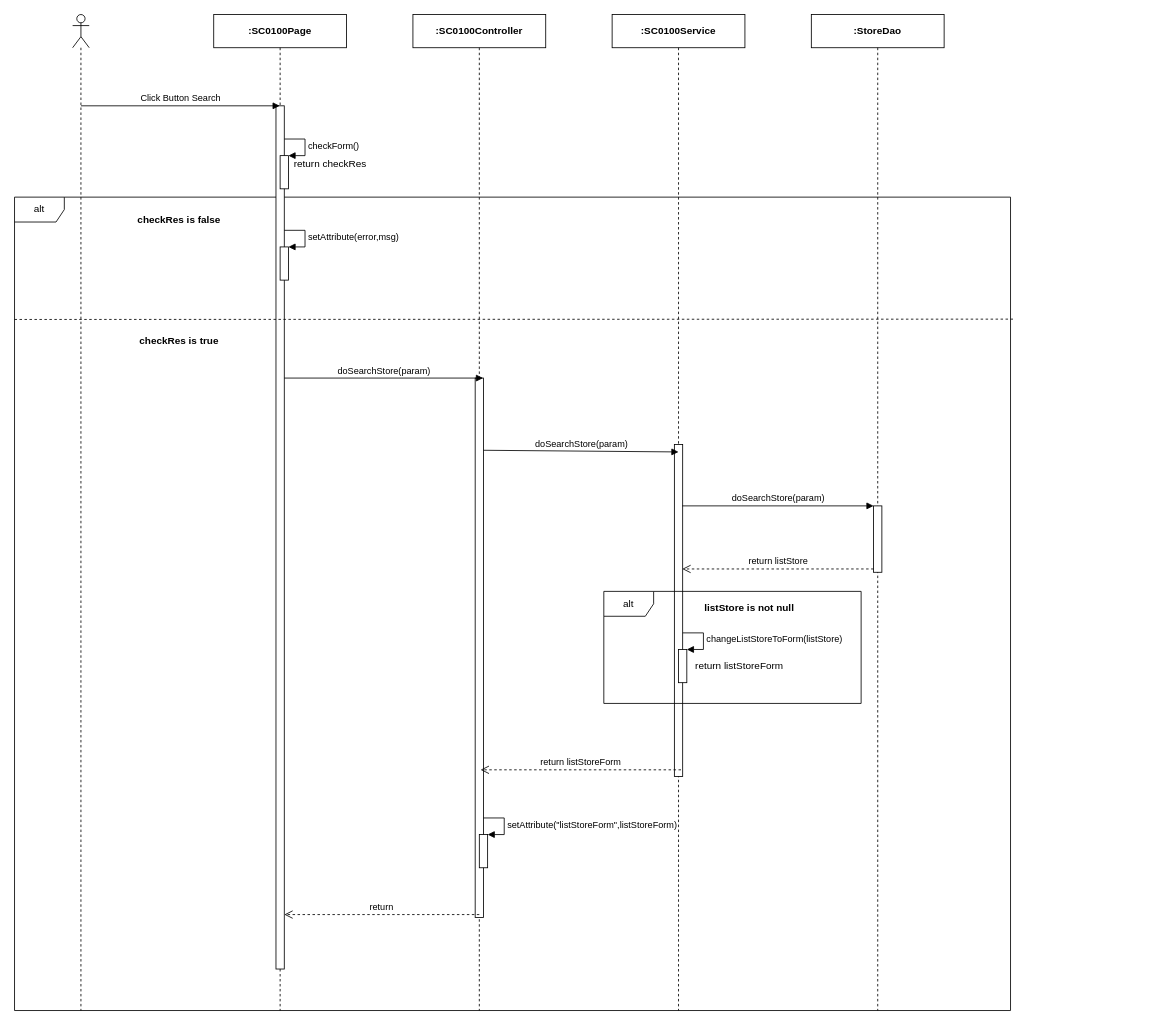
The draw.io diagram page "Ev02" (2 of 4) of Users/LuanNM/SEQ Diagram Review/sc01/SC0100_StoreManage.drawio in luannmdev/CapstoneDocument, before the edit. Source tidied: cells renumbered, new cells numbered last; positions are measured from the earlier drawing's top-left corner, leaving out a move shared by most shapes. Both pictures are drawn from the tidied source at 83%, with x=0, y=0 at pixel (14, 14).
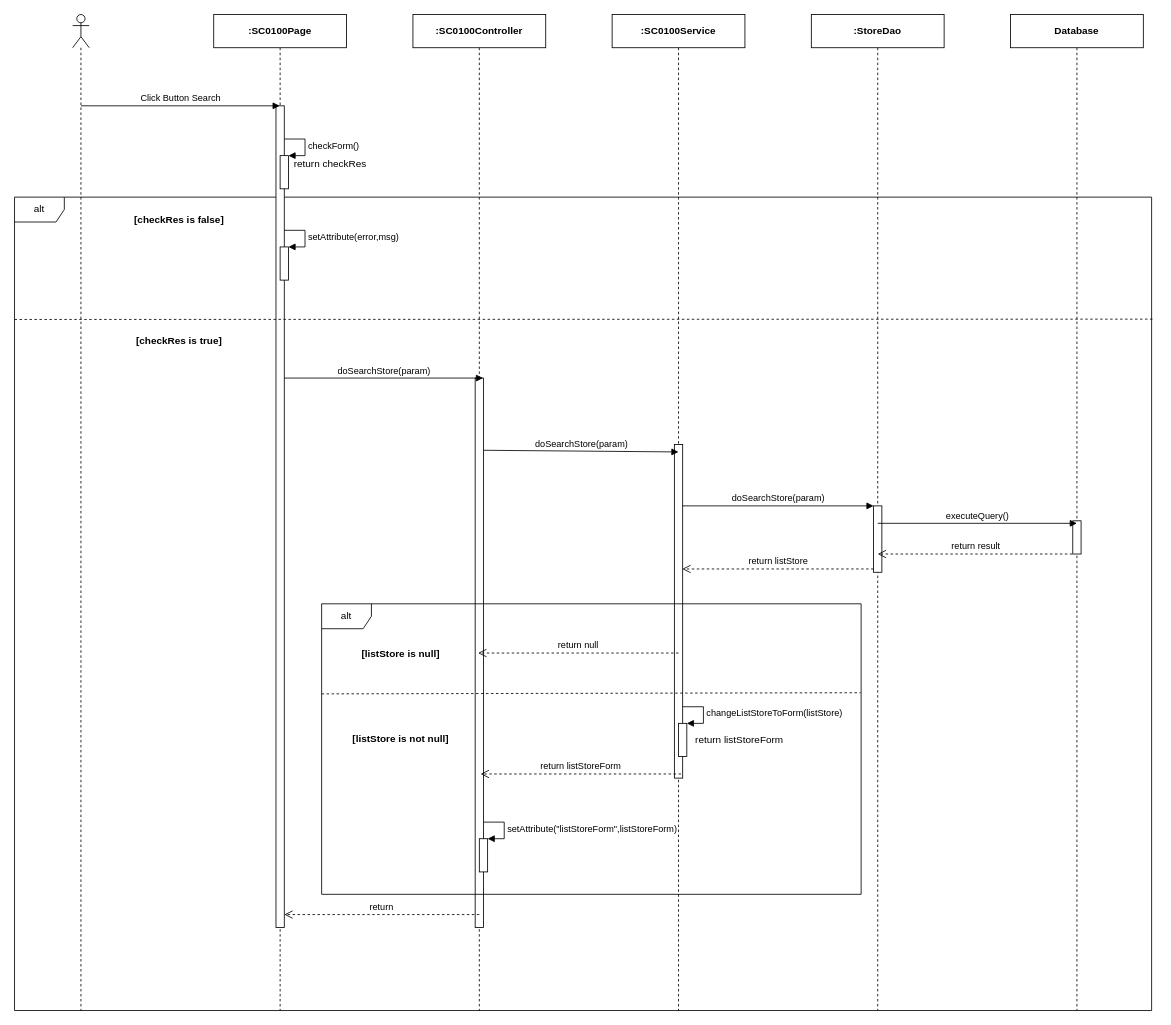
Above is the later version.

The change refers to these unchanged cells:
```xml
<mxCell id="4" value="&lt;b&gt;:SC0100Page&lt;/b&gt;" style="shape=umlLifeline;perimeter=lifelinePerimeter;whiteSpace=wrap;html=1;outlineConnect=0;" parent="1" vertex="1">
  <mxGeometry x="240" width="160" height="1200" as="geometry" />
</mxCell>
<mxCell id="8" value="&lt;b&gt;:&lt;/b&gt;&lt;b&gt;SC0100&lt;/b&gt;&lt;b&gt;Service&lt;/b&gt;" style="shape=umlLifeline;perimeter=lifelinePerimeter;whiteSpace=wrap;html=1;" parent="1" vertex="1">
  <mxGeometry x="720" width="160" height="1200" as="geometry" />
</mxCell>
<mxCell id="10" value="&lt;b&gt;:SC0100Controller&lt;/b&gt;" style="shape=umlLifeline;perimeter=lifelinePerimeter;whiteSpace=wrap;html=1;" parent="1" vertex="1">
  <mxGeometry x="480" width="160" height="1200" as="geometry" />
</mxCell>
```

What changed in the source:
```diff
@@
     <mxCell id="2" value="alt" style="shape=umlFrame;whiteSpace=wrap;html=1;" parent="1" vertex="1">
-      <mxGeometry y="220" width="1200" height="980" as="geometry" />
+      <mxGeometry y="220" width="1370" height="980" as="geometry" />
     </mxCell>
@@
     <mxCell id="5" style="html=1;perimeter=orthogonalPerimeter;" parent="4" vertex="1">
-      <mxGeometry x="75" y="110" width="10" height="1040" as="geometry" />
+      <mxGeometry x="75" y="110" width="10" height="990" as="geometry" />
     </mxCell>
@@
     <mxCell id="9" style="html=1;perimeter=orthogonalPerimeter;" parent="8" vertex="1">
-      <mxGeometry x="75" y="518" width="10" height="400" as="geometry" />
+      <mxGeometry x="75" y="518" width="10" height="402" as="geometry" />
     </mxCell>
@@
     <mxCell id="11" style="html=1;perimeter=orthogonalPerimeter;" parent="10" vertex="1">
-      <mxGeometry x="75" y="438" width="10" height="650" as="geometry" />
+      <mxGeometry x="75" y="438" width="10" height="662" as="geometry" />
     </mxCell>
-    <mxCell id="12" style="html=1;points=[];perimeter=orthogonalPerimeter;" parent="10" vertex="1">
-      <mxGeometry x="80" y="988" width="10" height="40" as="geometry" />
-    </mxCell>
-    <mxCell id="13" value="setAttribute(&quot;listStoreForm&quot;,&lt;span style=&quot;text-align: center&quot;&gt;listStoreForm&lt;/span&gt;)" style="edgeStyle=orthogonalEdgeStyle;html=1;align=left;spacingLeft=2;endArrow=block;rounded=0;entryX=1;entryY=0;" parent="10" edge="1" target="12">
-      <mxGeometry relative="1" as="geometry">
-        <mxPoint x="85" y="968" as="sourcePoint" />
-        <Array as="points">
-          <mxPoint x="110" y="968" />
-        </Array>
-      </mxGeometry>
-    </mxCell>
@@
-    <mxCell id="17" value="return listStoreForm" style="html=1;verticalAlign=bottom;endArrow=open;dashed=1;endSize=8;" parent="1" edge="1">
-      <mxGeometry relative="1" as="geometry">
-        <mxPoint x="803" y="910" as="sourcePoint" />
-        <mxPoint x="561.5" y="910" as="targetPoint" />
-      </mxGeometry>
-    </mxCell>
@@
-    <mxCell id="21" value="alt" style="shape=umlFrame;whiteSpace=wrap;html=1;" parent="1" vertex="1">
-      <mxGeometry x="710" y="695" width="310" height="135" as="geometry" />
-    </mxCell>
-    <mxCell id="22" value="listStore is not null" style="text;html=1;align=center;verticalAlign=middle;fontStyle=1;" parent="1" vertex="1">
-      <mxGeometry x="825" y="705" width="120" height="20" as="geometry" />
-    </mxCell>
-    <mxCell id="23" style="html=1;points=[];perimeter=orthogonalPerimeter;" parent="1" vertex="1">
-      <mxGeometry x="800" y="765" width="10" height="40" as="geometry" />
-    </mxCell>
-    <mxCell id="24" value="changeListStoreToForm(listStore)" style="edgeStyle=orthogonalEdgeStyle;html=1;align=left;spacingLeft=2;endArrow=block;rounded=0;entryX=1;entryY=0;" parent="1" edge="1" target="23">
-      <mxGeometry relative="1" as="geometry">
-        <mxPoint x="805" y="745" as="sourcePoint" />
-        <Array as="points">
-          <mxPoint x="830" y="745" />
-        </Array>
-      </mxGeometry>
-    </mxCell>
-    <mxCell id="25" value="return listStoreForm" style="text;html=1;align=center;verticalAlign=middle;" parent="1" vertex="1">
-      <mxGeometry x="813" y="775" width="120" height="20" as="geometry" />
-    </mxCell>
@@
-    <mxCell id="29" value="&lt;b&gt;checkRes is false&lt;/b&gt;" style="text;html=1;align=center;verticalAlign=middle;" parent="1" vertex="1">
+    <mxCell id="29" value="&lt;b&gt;[checkRes is false]&lt;/b&gt;" style="text;html=1;align=center;verticalAlign=middle;" parent="1" vertex="1">
       <mxGeometry x="137.5" y="238" width="120" height="20" as="geometry" />
     </mxCell>
@@
-    <mxCell id="33" value="&lt;b&gt;checkRes is true&lt;/b&gt;" style="text;html=1;align=center;verticalAlign=middle;" parent="1" vertex="1">
-      <mxGeometry x="142.5" y="384" width="110" height="20" as="geometry" />
+    <mxCell id="33" value="&lt;b&gt;[checkRes is true]&lt;/b&gt;" style="text;html=1;align=center;verticalAlign=middle;" parent="1" vertex="1">
+      <mxGeometry x="137.5" y="384" width="120" height="20" as="geometry" />
     </mxCell>
+    <mxCell id="34" value="&lt;b&gt;Database&lt;/b&gt;" style="shape=umlLifeline;perimeter=lifelinePerimeter;whiteSpace=wrap;html=1;" parent="1" vertex="1">
+      <mxGeometry x="1200" width="160" height="1200" as="geometry" />
+    </mxCell>
+    <mxCell id="35" style="html=1;perimeter=orthogonalPerimeter;" parent="34" vertex="1">
+      <mxGeometry x="75" y="610" width="10" height="40" as="geometry" />
+    </mxCell>
+    <mxCell id="36" value="executeQuery()" style="html=1;verticalAlign=bottom;endArrow=block;" parent="1" edge="1">
+      <mxGeometry relative="1" as="geometry">
+        <mxPoint x="1040" y="613" as="sourcePoint" />
+        <mxPoint x="1280" y="613" as="targetPoint" />
+      </mxGeometry>
+    </mxCell>
+    <mxCell id="37" value="return result" style="html=1;verticalAlign=bottom;endArrow=open;dashed=1;endSize=8;" parent="1" edge="1">
+      <mxGeometry relative="1" as="geometry">
+        <mxPoint x="1274.5" y="650" as="sourcePoint" />
+        <mxPoint x="1040" y="650" as="targetPoint" />
+      </mxGeometry>
+    </mxCell>
+    <mxCell id="21" value="alt" style="shape=umlFrame;whiteSpace=wrap;html=1;" parent="1" vertex="1">
+      <mxGeometry x="370" y="710" width="650" height="350" as="geometry" />
+    </mxCell>
+    <mxCell id="38" style="html=1;points=[];perimeter=orthogonalPerimeter;" parent="1" vertex="1">
+      <mxGeometry x="560" y="993" width="10" height="40" as="geometry" />
+    </mxCell>
+    <mxCell id="13" value="setAttribute(&quot;listStoreForm&quot;,&lt;span style=&quot;text-align: center&quot;&gt;listStoreForm&lt;/span&gt;)" style="edgeStyle=orthogonalEdgeStyle;html=1;align=left;spacingLeft=2;endArrow=block;rounded=0;entryX=1;entryY=0;" parent="1" edge="1" target="38">
+      <mxGeometry relative="1" as="geometry">
+        <mxPoint x="565" y="973" as="sourcePoint" />
+        <Array as="points">
+          <mxPoint x="590" y="973" />
+        </Array>
+      </mxGeometry>
+    </mxCell>
+    <mxCell id="17" value="return listStoreForm" style="html=1;verticalAlign=bottom;endArrow=open;dashed=1;endSize=8;" parent="1" edge="1">
+      <mxGeometry relative="1" as="geometry">
+        <mxPoint x="803" y="915" as="sourcePoint" />
+        <mxPoint x="561.5" y="915" as="targetPoint" />
+      </mxGeometry>
+    </mxCell>
+    <mxCell id="39" style="html=1;points=[];perimeter=orthogonalPerimeter;" parent="1" vertex="1">
+      <mxGeometry x="800" y="854" width="10" height="40" as="geometry" />
+    </mxCell>
+    <mxCell id="24" value="changeListStoreToForm(listStore)" style="edgeStyle=orthogonalEdgeStyle;html=1;align=left;spacingLeft=2;endArrow=block;rounded=0;entryX=1;entryY=0;" parent="1" edge="1" target="39">
+      <mxGeometry relative="1" as="geometry">
+        <mxPoint x="805" y="834" as="sourcePoint" />
+        <Array as="points">
+          <mxPoint x="830" y="834" />
+        </Array>
+      </mxGeometry>
+    </mxCell>
+    <mxCell id="25" value="return listStoreForm" style="text;html=1;align=center;verticalAlign=middle;" parent="1" vertex="1">
+      <mxGeometry x="813" y="864" width="120" height="20" as="geometry" />
+    </mxCell>
+    <mxCell id="40" value="[listStore is not null]" style="text;html=1;align=center;verticalAlign=middle;fontStyle=1;" parent="1" vertex="1">
+      <mxGeometry x="400" y="863" width="130" height="20" as="geometry" />
+    </mxCell>
+    <mxCell id="41" value="return null" style="html=1;verticalAlign=bottom;endArrow=open;dashed=1;endSize=8;" parent="1" edge="1">
+      <mxGeometry relative="1" as="geometry">
+        <mxPoint x="800" y="769.3" as="sourcePoint" />
+        <mxPoint x="558.5" y="769.3" as="targetPoint" />
+      </mxGeometry>
+    </mxCell>
+    <mxCell id="42" style="endArrow=none;dashed=1;html=1;exitX=0;exitY=0.31;exitDx=0;exitDy=0;exitPerimeter=0;entryX=0.999;entryY=0.306;entryDx=0;entryDy=0;entryPerimeter=0;" parent="1" edge="1" source="21" target="21">
+      <mxGeometry relative="1" as="geometry" />
+    </mxCell>
+    <mxCell id="43" value="[listStore is null]" style="text;html=1;align=center;verticalAlign=middle;fontStyle=1;" parent="1" vertex="1">
+      <mxGeometry x="410" y="760" width="110" height="20" as="geometry" />
+    </mxCell>
```
